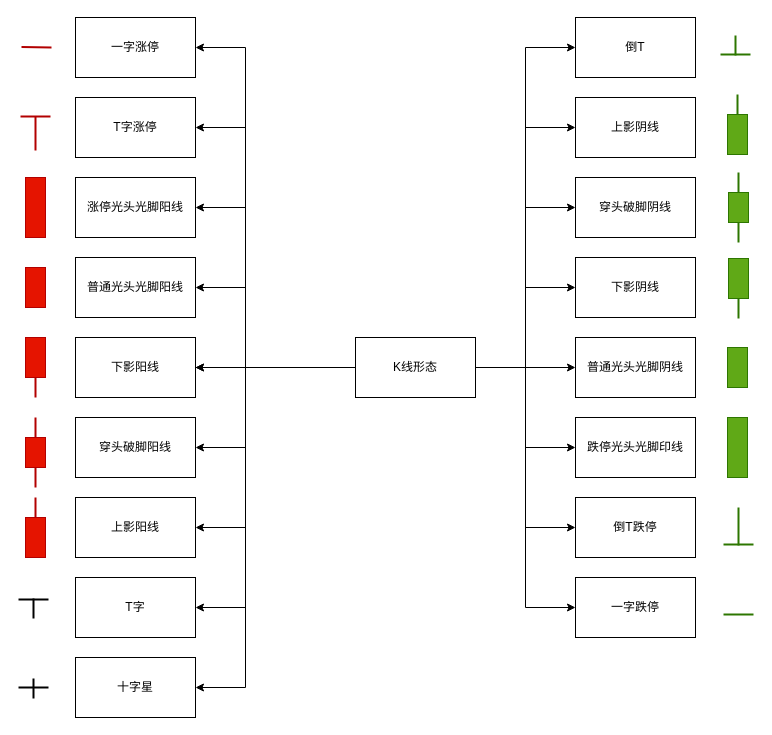
Earlier version of the draw.io diagram drawio/股票/K线形态.drawio (yjchaos/typora_image). Source tidied: cells renumbered, new cells numbered last; positions are measured from the earlier drawing's top-left corner, leaving out a move shared by most shapes. Both pictures are drawn from the tidied source at 100%, with x=0, y=0 at pixel (18, 17).
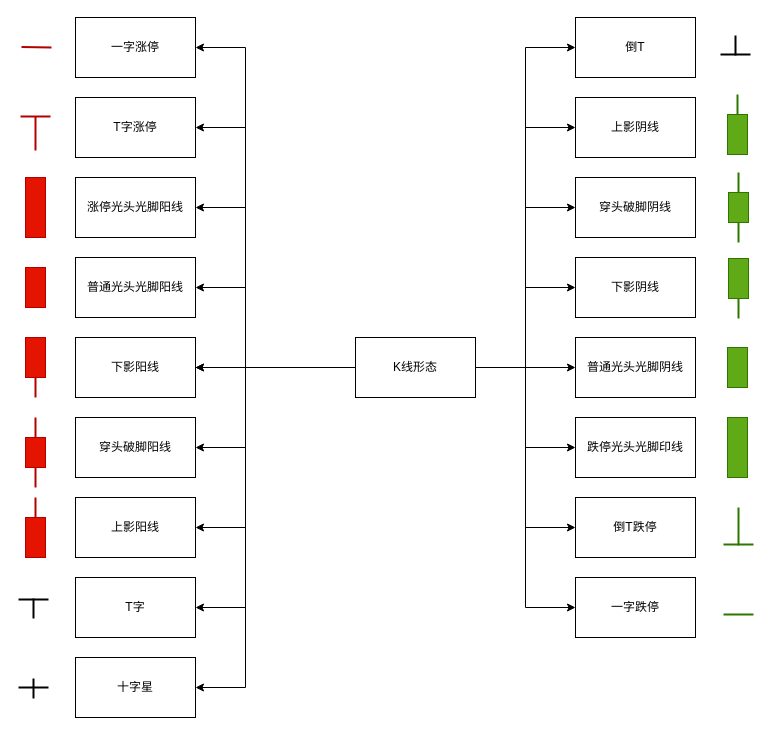
Above is the later version.

Commit message:
更新K线形态.drawio

The edit, as a diff of the source:
```diff
@@
-    <mxCell id="54" style="endArrow=none;html=1;rounded=0;fillColor=#60a917;strokeColor=#2D7600;strokeWidth=2;" parent="1" edge="1">
+    <mxCell id="54" style="endArrow=none;html=1;rounded=0;strokeWidth=2;" parent="1" edge="1">
       <mxGeometry relative="1" as="geometry">
         <mxPoint x="732" y="37" as="sourcePoint" />
         <mxPoint x="702" y="37" as="targetPoint" />
       </mxGeometry>
     </mxCell>
-    <mxCell id="55" style="endArrow=none;html=1;rounded=0;fillColor=#60a917;strokeColor=#2D7600;strokeWidth=2;" parent="1" edge="1">
+    <mxCell id="55" style="endArrow=none;html=1;rounded=0;strokeWidth=2;" parent="1" edge="1">
       <mxGeometry relative="1" as="geometry">
         <mxPoint x="717" y="18" as="sourcePoint" />
         <mxPoint x="717" y="38" as="targetPoint" />
       </mxGeometry>
     </mxCell>
```
